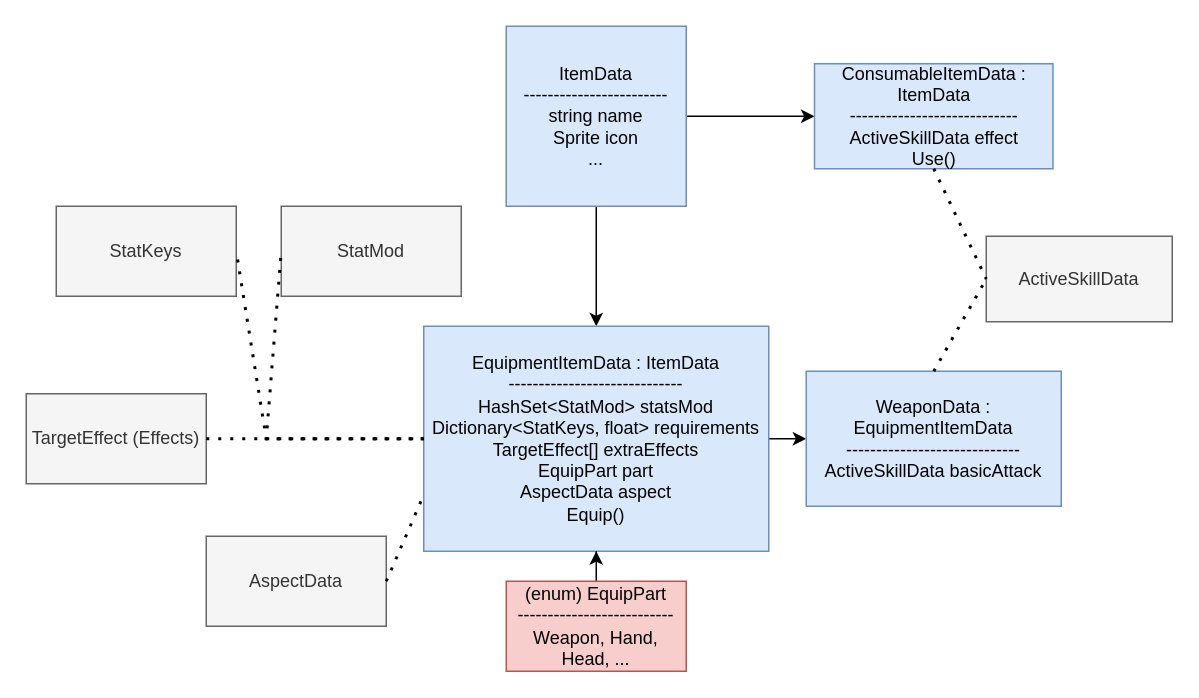
This is page "Inventory.Items" (1 of 8) of workflows/Inventory,Skills & Effects.drawio from moretech1402/Unity-Scripts, a draw.io file, before an edit. Source tidied: cells renumbered, new cells numbered last; positions are measured from the earlier drawing's top-left corner, leaving out a move shared by most shapes. Both pictures are drawn from the tidied source at 150%, with x=0, y=0 at pixel (26, 26).
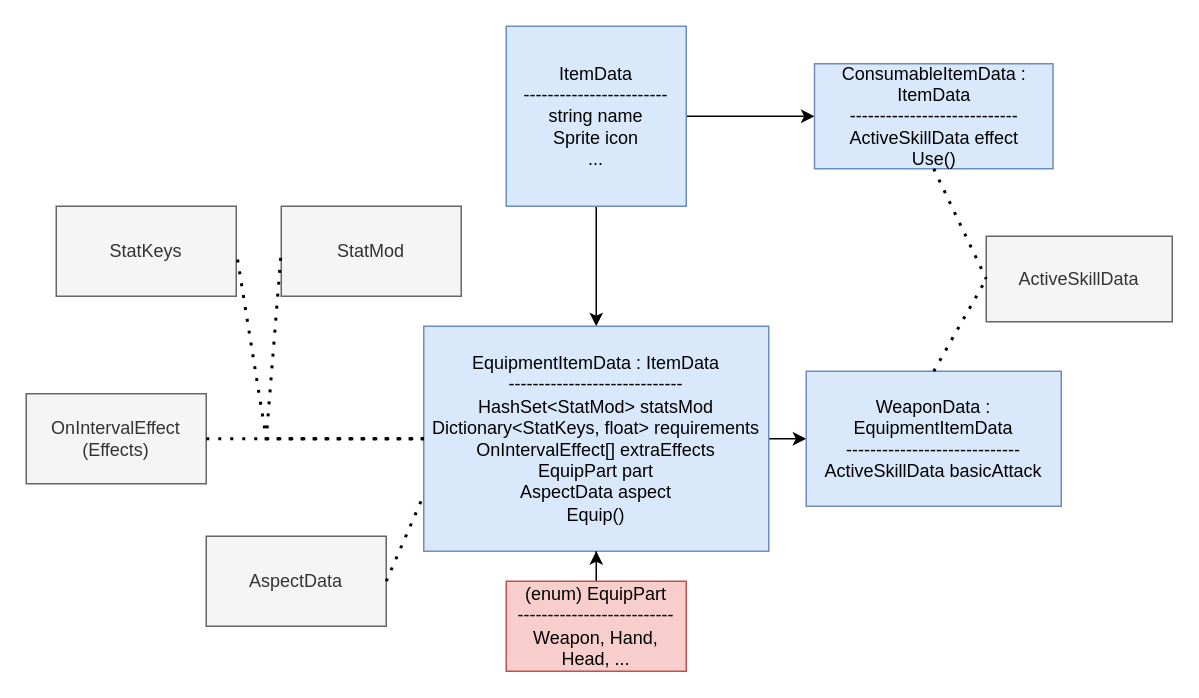
The same page after the edit.

Commit message (it also covers changes not shown here):
Update : extra effects with interval (diagram)

What changed in the source:
```diff
@@
-    <mxCell id="8" value="EquipmentItemData : ItemData&lt;div&gt;-----------------------------&lt;/div&gt;&lt;div&gt;HashSet&amp;lt;StatMod&amp;gt; statsMod&lt;/div&gt;&lt;div&gt;Dictionary&amp;lt;StatKeys, float&amp;gt; requirements&lt;/div&gt;&lt;div&gt;TargetEffect[] extraEffects&lt;/div&gt;&lt;div&gt;EquipPart part&lt;/div&gt;&lt;div&gt;AspectData aspect&lt;/div&gt;&lt;div&gt;Equip()&lt;/div&gt;" style="rounded=0;whiteSpace=wrap;html=1;fillColor=#dae8fc;strokeColor=#6c8ebf;" parent="1" vertex="1">
+    <mxCell id="8" value="EquipmentItemData : ItemData&lt;div&gt;-----------------------------&lt;/div&gt;&lt;div&gt;HashSet&amp;lt;StatMod&amp;gt; statsMod&lt;/div&gt;&lt;div&gt;Dictionary&amp;lt;StatKeys, float&amp;gt; requirements&lt;/div&gt;&lt;div&gt;OnIntervalEffect[] extraEffects&lt;/div&gt;&lt;div&gt;EquipPart part&lt;/div&gt;&lt;div&gt;AspectData aspect&lt;/div&gt;&lt;div&gt;Equip()&lt;/div&gt;" style="rounded=0;whiteSpace=wrap;html=1;fillColor=#dae8fc;strokeColor=#6c8ebf;" parent="1" vertex="1">
       <mxGeometry x="265" y="200" width="230" height="150" as="geometry" />
     </mxCell>
@@
-    <mxCell id="20" value="TargetEffect (Effects)" style="rounded=0;whiteSpace=wrap;html=1;fillColor=#f5f5f5;fontColor=#333333;strokeColor=#666666;" parent="1" vertex="1">
+    <mxCell id="20" value="OnIntervalEffect (Effects)" style="rounded=0;whiteSpace=wrap;html=1;fillColor=#f5f5f5;fontColor=#333333;strokeColor=#666666;" parent="1" vertex="1">
       <mxGeometry y="245" width="120" height="60" as="geometry" />
     </mxCell>
```
